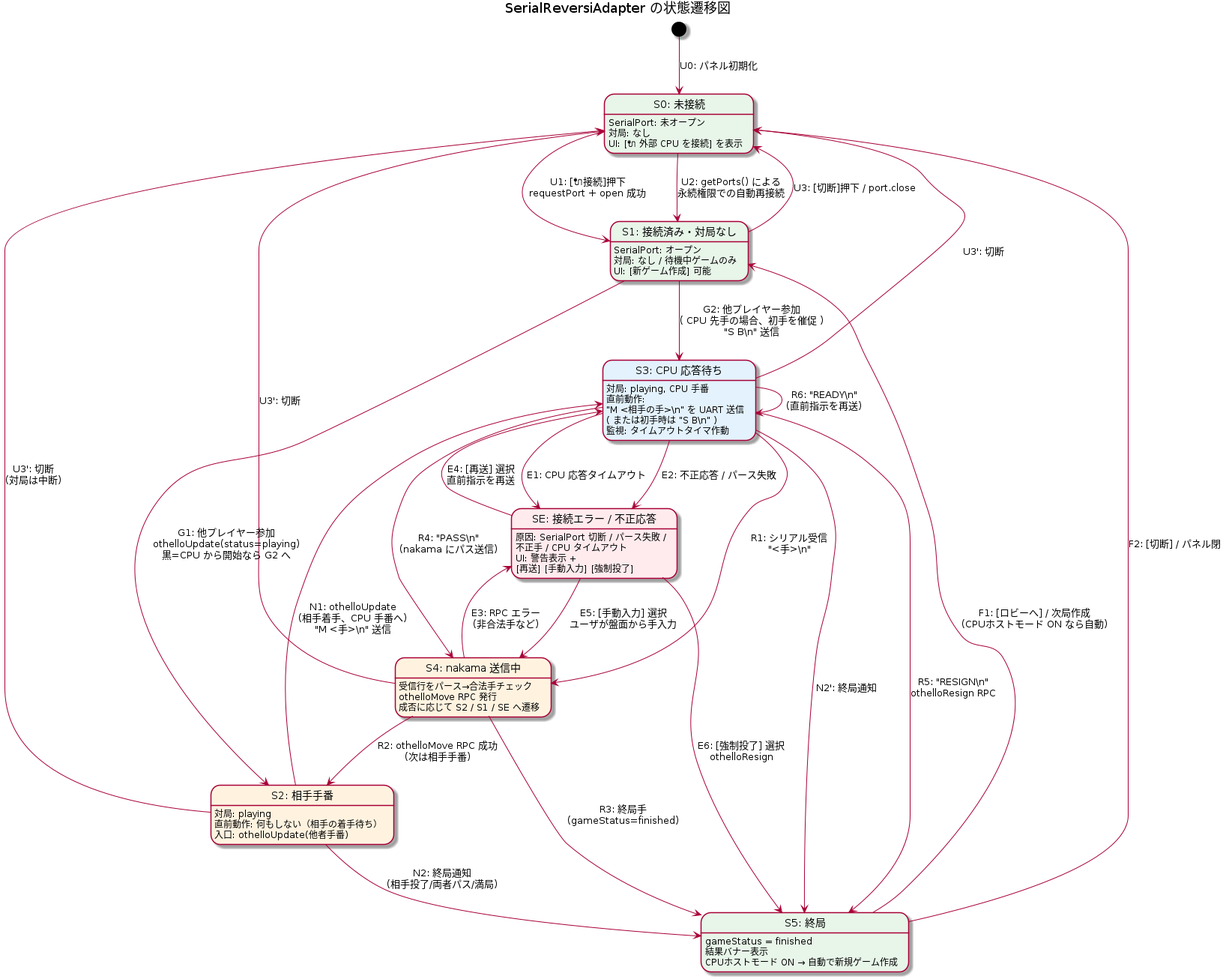
tommie-jp/tommie-chat keeps this PlantUML diagram as doc/reversi/60-state-serial-adapter.png. Above is the earlier version. Its source is kept beside it as doc/reversi/60-state-serial-adapter.puml. The source it was exported from:
```plantuml
@startuml
title SerialReversiAdapter の状態遷移図

skinparam state {
    BackgroundColor<<idle>> #E8F5E9
    BackgroundColor<<play>> #FFF3E0
    BackgroundColor<<wait>> #E3F2FD
    BackgroundColor<<error>> #FFEBEE
}


state "S0: 未接続" as Disconnected <<idle>> {
    Disconnected : SerialPort: 未オープン
    Disconnected : 対局: なし
    Disconnected : UI: [🔌 外部 CPU を接続] を表示
}

state "S1: 接続済み・対局なし" as Connected <<idle>> {
    Connected : SerialPort: オープン
    Connected : 対局: なし / 待機中ゲームのみ
    Connected : UI: [新ゲーム作成] 可能
}

state "S2: 相手手番" as OpponentTurn <<play>> {
    OpponentTurn : 対局: playing
    OpponentTurn : 直前動作: 何もしない（相手の着手待ち）
    OpponentTurn : 入口: othelloUpdate(他者手番)
}

state "S3: CPU 応答待ち" as WaitingCpu <<wait>> {
    WaitingCpu : 対局: playing, CPU 手番
    WaitingCpu : 直前動作:
    WaitingCpu :   "M <相手の手>\\n" を UART 送信
    WaitingCpu :   ( または初手時は "S B\\n" )
    WaitingCpu : 監視: タイムアウトタイマ作動
}

state "S4: nakama 送信中" as Relaying <<play>> {
    Relaying : 受信行をパース→合法手チェック
    Relaying : othelloMove RPC 発行
    Relaying : 成否に応じて S2 / S1 / SE へ遷移
}

state "S5: 終局" as Finished <<idle>> {
    Finished : gameStatus = finished
    Finished : 結果バナー表示
    Finished : CPUホストモード ON → 自動で新規ゲーム作成
}

state "SE: 接続エラー / 不正応答" as ErrorState <<error>> {
    ErrorState : 原因: SerialPort 切断 / パース失敗 /
    ErrorState :   不正手 / CPU タイムアウト
    ErrorState : UI: 警告表示 +
    ErrorState :   [再送] [手動入力] [強制投了]
}


[*] --> Disconnected : U0: パネル初期化

Disconnected --> Connected : U1: [🔌接続]押下\nrequestPort + open 成功
Disconnected --> Connected : U2: getPorts() による\n永続権限での自動再接続
Connected --> Disconnected : U3: [切断]押下 / port.close
OpponentTurn --> Disconnected : U3': 切断\n(対局は中断)
WaitingCpu --> Disconnected : U3': 切断
Relaying --> Disconnected : U3': 切断

Connected --> OpponentTurn : G1: 他プレイヤー参加\nothelloUpdate(status=playing)\n黒=CPU から開始なら G2 へ
Connected --> WaitingCpu : G2: 他プレイヤー参加\n( CPU 先手の場合、初手を催促 )\n"S B\\n" 送信

OpponentTurn --> WaitingCpu : N1: othelloUpdate\n(相手着手、CPU 手番へ)\n"M <手>\\n" 送信
WaitingCpu --> Relaying : R1: シリアル受信\n"<手>\\n"
Relaying --> OpponentTurn : R2: othelloMove RPC 成功\n(次は相手手番)
Relaying --> Finished : R3: 終局手\n(gameStatus=finished)

WaitingCpu --> Relaying : R4: "PASS\\n"\n(nakama にパス送信)
WaitingCpu --> Finished : R5: "RESIGN\\n"\nothelloResign RPC
WaitingCpu --> WaitingCpu : R6: "READY\\n"\n(直前指示を再送)

OpponentTurn --> Finished : N2: 終局通知\n(相手投了/両者パス/満局)
WaitingCpu --> Finished : N2': 終局通知

WaitingCpu --> ErrorState : E1: CPU 応答タイムアウト
WaitingCpu --> ErrorState : E2: 不正応答 / パース失敗
Relaying --> ErrorState : E3: RPC エラー\n(非合法手など)
ErrorState --> WaitingCpu : E4: [再送] 選択\n直前指示を再送
ErrorState --> Relaying : E5: [手動入力] 選択\nユーザが盤面から手入力
ErrorState --> Finished : E6: [強制投了] 選択\nothelloResign

Finished --> Connected : F1: [ロビーへ] / 次局作成\n(CPUホストモード ON なら自動)
Finished --> Disconnected : F2: [切断] / パネル閉

@enduml
```
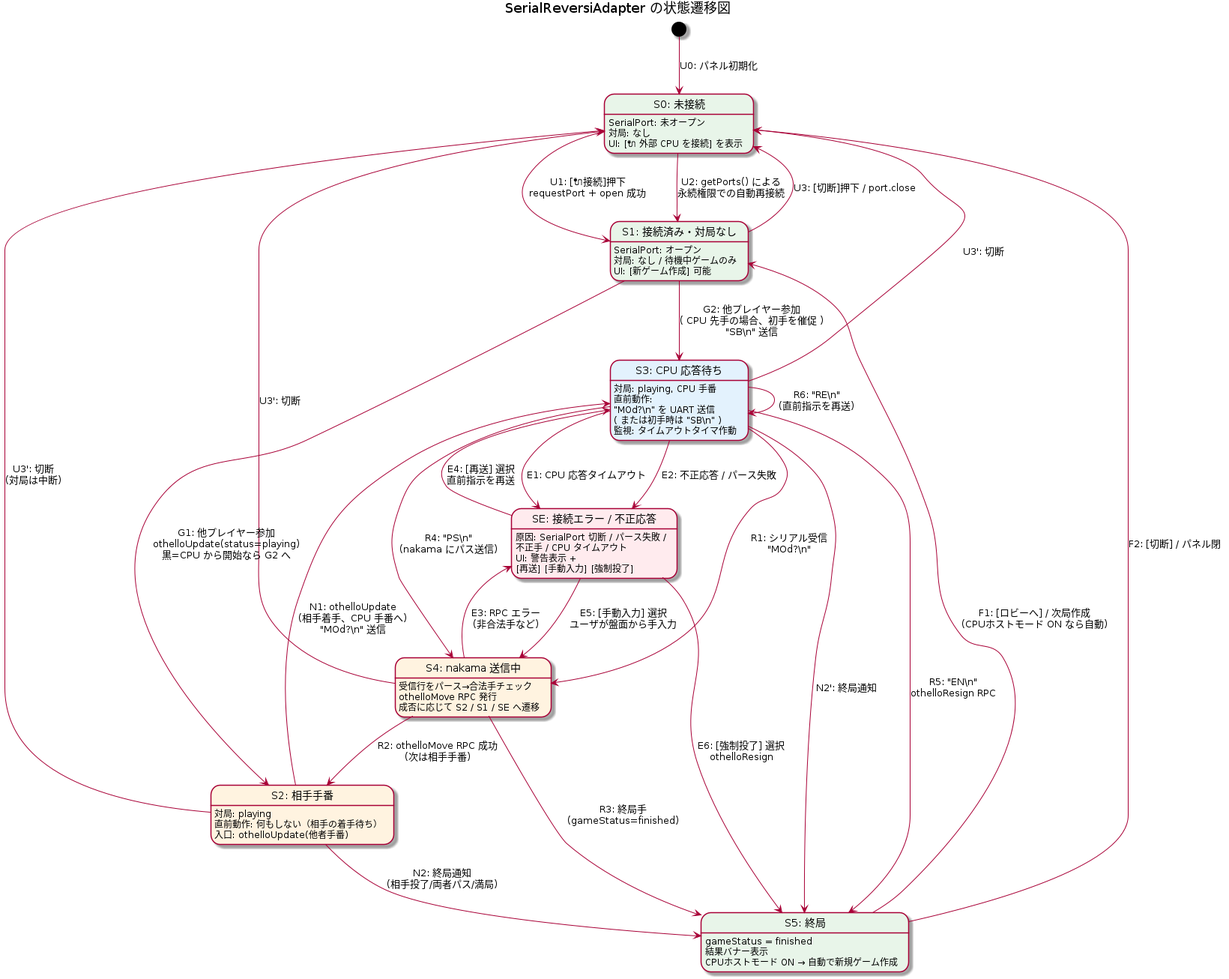
Above is the later version.

The edit, as a diff of the source:
```diff
@@ -1,4 +1,4 @@
-@startuml
+@startuml 60-state-serial-adapter
 title SerialReversiAdapter の状態遷移図
 
 skinparam state {
@@ -30,8 +30,8 @@
 state "S3: CPU 応答待ち" as WaitingCpu <<wait>> {
     WaitingCpu : 対局: playing, CPU 手番
     WaitingCpu : 直前動作:
-    WaitingCpu :   "M <相手の手>\\n" を UART 送信
-    WaitingCpu :   ( または初手時は "S B\\n" )
+    WaitingCpu :   "MOd?\\n" を UART 送信
+    WaitingCpu :   ( または初手時は "SB\\n" )
     WaitingCpu : 監視: タイムアウトタイマ作動
 }
 
@@ -65,16 +65,16 @@
 Relaying --> Disconnected : U3': 切断
 
 Connected --> OpponentTurn : G1: 他プレイヤー参加\nothelloUpdate(status=playing)\n黒=CPU から開始なら G2 へ
-Connected --> WaitingCpu : G2: 他プレイヤー参加\n( CPU 先手の場合、初手を催促 )\n"S B\\n" 送信
+Connected --> WaitingCpu : G2: 他プレイヤー参加\n( CPU 先手の場合、初手を催促 )\n"SB\\n" 送信
 
-OpponentTurn --> WaitingCpu : N1: othelloUpdate\n(相手着手、CPU 手番へ)\n"M <手>\\n" 送信
-WaitingCpu --> Relaying : R1: シリアル受信\n"<手>\\n"
+OpponentTurn --> WaitingCpu : N1: othelloUpdate\n(相手着手、CPU 手番へ)\n"MOd?\\n" 送信
+WaitingCpu --> Relaying : R1: シリアル受信\n"MOd?\\n"
 Relaying --> OpponentTurn : R2: othelloMove RPC 成功\n(次は相手手番)
 Relaying --> Finished : R3: 終局手\n(gameStatus=finished)
 
-WaitingCpu --> Relaying : R4: "PASS\\n"\n(nakama にパス送信)
-WaitingCpu --> Finished : R5: "RESIGN\\n"\nothelloResign RPC
-WaitingCpu --> WaitingCpu : R6: "READY\\n"\n(直前指示を再送)
+WaitingCpu --> Relaying : R4: "PS\\n"\n(nakama にパス送信)
+WaitingCpu --> Finished : R5: "EN\\n"\nothelloResign RPC
+WaitingCpu --> WaitingCpu : R6: "RE\\n"\n(直前指示を再送)
 
 OpponentTurn --> Finished : N2: 終局通知\n(相手投了/両者パス/満局)
 WaitingCpu --> Finished : N2': 終局通知
```
